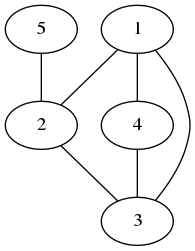
Earlier version of the Graphviz export config/graph.dot.png (Boneau2007/VAA). Its source is kept beside it as config/graph.dot. The source it was exported from:
```dot
graph G {
1 -- 2;
2 -- 3;
3 -- 1;
4 -- 3;
5 -- 2;
1 -- 4;
}
```
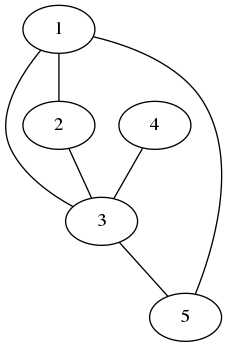
The same diagram one commit later.

Change to the diagram source:
```diff
@@ -1,8 +1,8 @@
 graph G {
+1 -- 3;
+2 -- 3;
+3 -- 5;
+4 -- 3;
+5 -- 1;
 1 -- 2;
-2 -- 3;
-3 -- 1;
-4 -- 3;
-5 -- 2;
-1 -- 4;
 }
```
